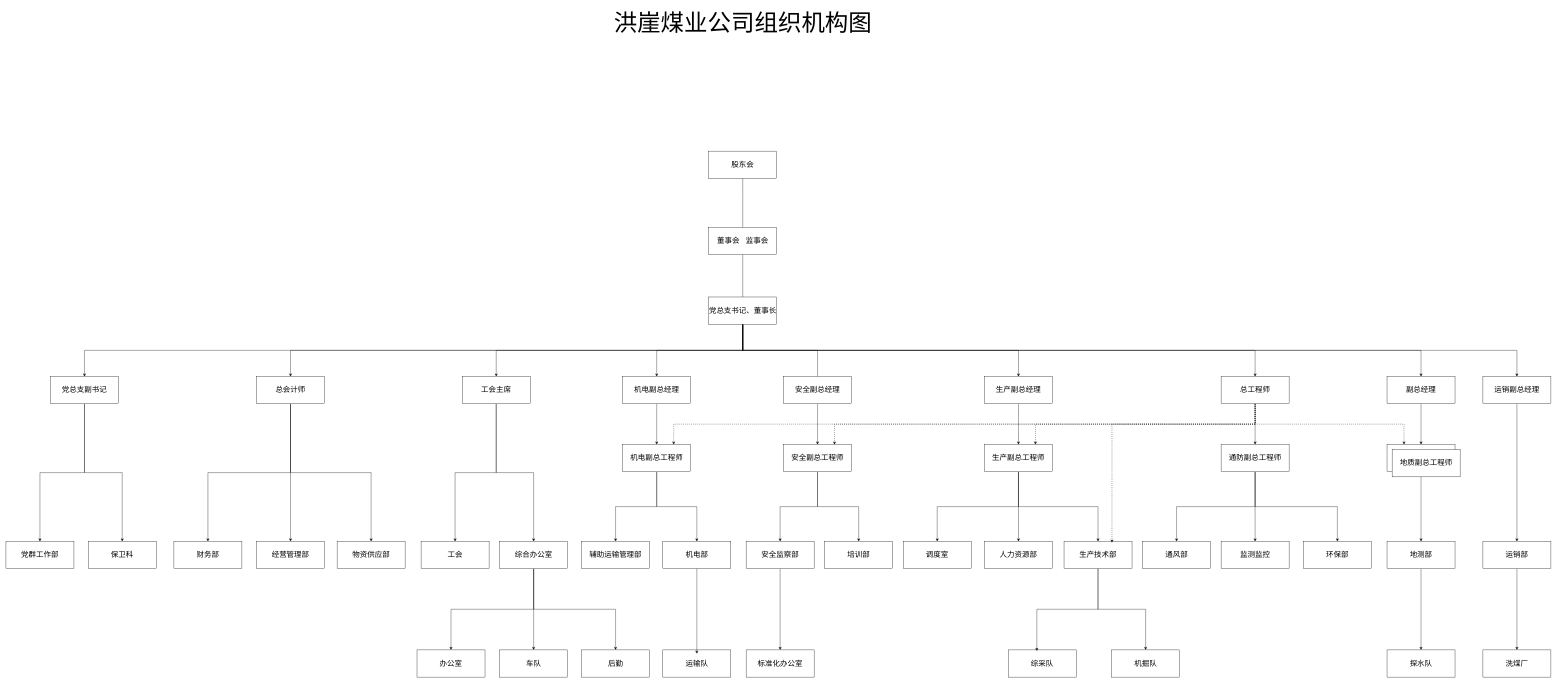
This is 未命名绘图.drawio from chengwuchao9527/draw.io, a draw.io file, before an edit. Source tidied: cells renumbered, new cells numbered last; positions are measured from the earlier drawing's top-left corner, leaving out a move shared by most shapes. Both pictures are drawn from the tidied source at 34%, with x=0, y=0 at pixel (6, 6).
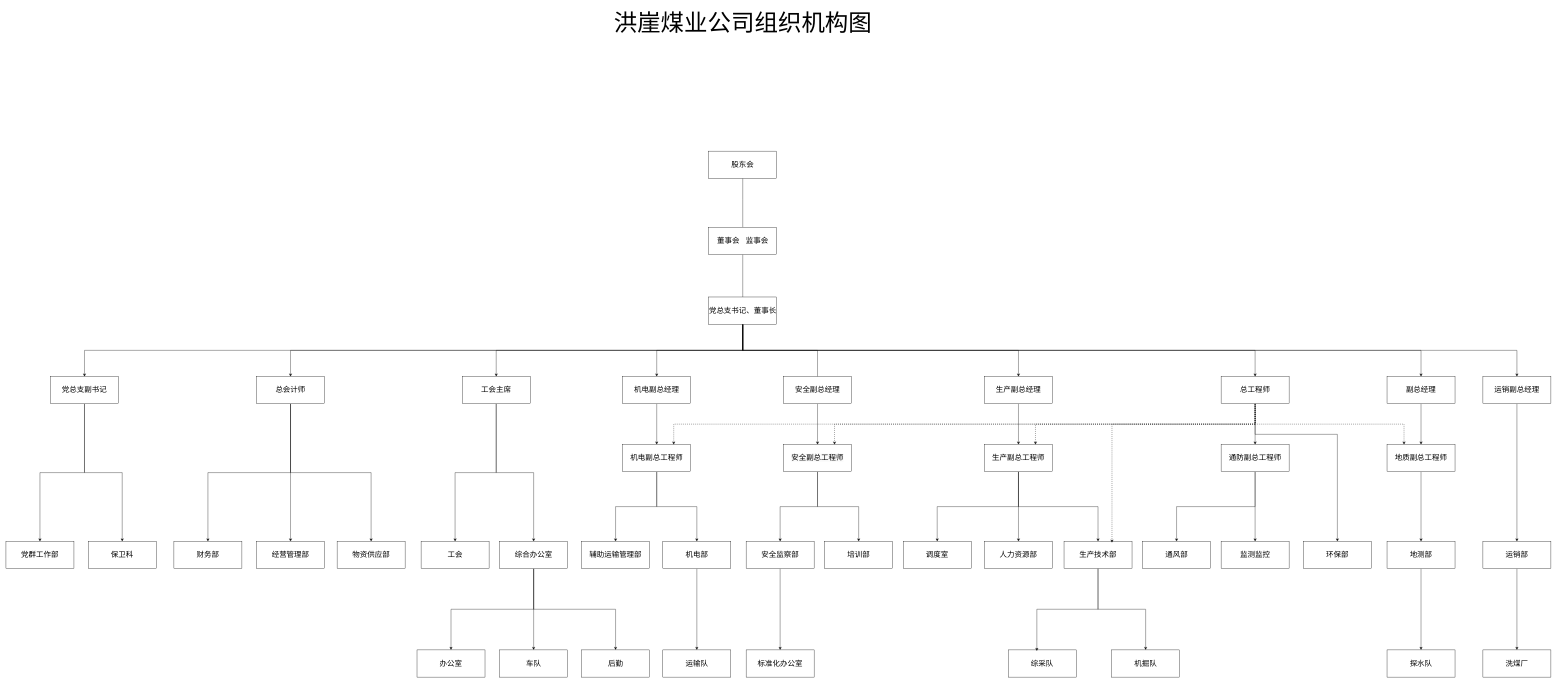
The same diagram, later.

Commit message:
洪崖煤业组织机构图.drawio

The change refers to these unchanged cells:
```xml
<mxCell id="45" value="机电部" style="rounded=0;whiteSpace=wrap;html=1;fontSize=22;" parent="1" vertex="1">
  <mxGeometry x="1932" y="1575" width="200" height="80" as="geometry" />
</mxCell>
<mxCell id="46" value="运输队" style="rounded=0;whiteSpace=wrap;html=1;fontSize=22;" parent="1" vertex="1">
  <mxGeometry x="1932" y="1894" width="200" height="80" as="geometry" />
</mxCell>
<mxCell id="73" value="总工程师" style="rounded=0;whiteSpace=wrap;html=1;fontSize=22;" parent="1" vertex="1">
  <mxGeometry x="3574" y="1090" width="200" height="80" as="geometry" />
</mxCell>
<mxCell id="77" value="通防副总工程师" style="rounded=0;whiteSpace=wrap;html=1;fontSize=22;" parent="1" vertex="1">
  <mxGeometry x="3574" y="1290" width="200" height="80" as="geometry" />
</mxCell>
<mxCell id="79" value="环保部" style="rounded=0;whiteSpace=wrap;html=1;fontSize=22;" parent="1" vertex="1">
  <mxGeometry x="3816" y="1575" width="200" height="80" as="geometry" />
</mxCell>
```

Diff of the diagram source:
```diff
@@
+    <mxCell id="94" style="edgeStyle=orthogonalEdgeStyle;rounded=0;jettySize=auto;html=1;exitX=0.5;exitY=1;exitDx=0;exitDy=0;" parent="1" edge="1" source="45" target="46">
+      <mxGeometry relative="1" as="geometry" />
+    </mxCell>
@@
+    <mxCell id="99" style="edgeStyle=orthogonalEdgeStyle;rounded=0;jettySize=auto;html=1;exitX=0.5;exitY=1;exitDx=0;exitDy=0;" parent="1" edge="1" source="73" target="79">
+      <mxGeometry relative="1" as="geometry">
+        <Array as="points">
+          <mxPoint x="3674" y="1260" />
+          <mxPoint x="3916" y="1260" />
+        </Array>
+      </mxGeometry>
+    </mxCell>
@@
-    <mxCell id="75" style="edgeStyle=orthogonalEdgeStyle;rounded=0;jettySize=auto;html=1;exitX=0.5;exitY=1;exitDx=0;exitDy=0;entryX=0.5;entryY=0;entryDx=0;entryDy=0;" parent="1" edge="1" source="77" target="79">
-      <mxGeometry relative="1" as="geometry" />
-    </mxCell>
@@
-    <mxCell id="94" style="edgeStyle=orthogonalEdgeStyle;rounded=0;jettySize=auto;html=1;exitX=0.5;exitY=1;exitDx=0;exitDy=0;entryX=0.5;entryY=0.138;entryDx=0;entryDy=0;entryPerimeter=0;" parent="1" edge="1" source="45" target="46">
-      <mxGeometry relative="1" as="geometry" />
-    </mxCell>
@@
-    <mxCell id="98" value="地质副总工程师" style="rounded=0;whiteSpace=wrap;html=1;fontSize=22;" parent="1" vertex="1">
-      <mxGeometry x="4077" y="1305" width="200" height="80" as="geometry" />
-    </mxCell>
```
